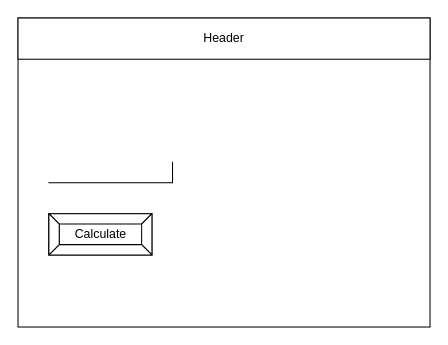
Before: design/story-board.drawio in sam-corbett/ICS2O-Unit6-03-JS, a draw.io diagram. Source tidied: cells renumbered, new cells numbered last; positions are measured from the earlier drawing's top-left corner, leaving out a move shared by most shapes. Both pictures are drawn from the tidied source at 103%, with x=0, y=0 at pixel (18, 18).
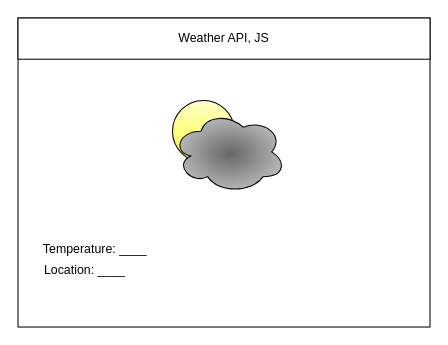
After the change.

The edit, as a diff of the source:
```diff
@@
 <mxGraphModel>
   <root>
     <mxCell id="0" />
     <mxCell id="1" parent="0" />
     <mxCell id="2" style="rounded=0;whiteSpace=wrap;html=1;" parent="1" vertex="1">
       <mxGeometry width="400" height="300" as="geometry" />
     </mxCell>
-    <mxCell id="3" value="Header" style="rounded=0;whiteSpace=wrap;html=1;" parent="1" vertex="1">
+    <mxCell id="3" value="Weather API, JS" style="rounded=0;whiteSpace=wrap;html=1;" parent="1" vertex="1">
       <mxGeometry width="400" height="40" as="geometry" />
     </mxCell>
-    <mxCell id="4" style="shape=partialRectangle;whiteSpace=wrap;html=1;top=0;left=0;fillColor=none;" parent="1" vertex="1">
-      <mxGeometry x="30" y="140" width="120" height="20" as="geometry" />
-    </mxCell>
+    <mxCell id="6" style="ellipse;whiteSpace=wrap;html=1;fillColor=#FFFFCC;gradientColor=#FFFF33;" parent="1" vertex="1">
+      <mxGeometry x="150" y="80" width="60" height="60" as="geometry" />
+    </mxCell>
-    <mxCell id="5" value="Calculate" style="labelPosition=center;verticalLabelPosition=middle;align=center;html=1;shape=mxgraph.basic.button;dx=10;" parent="1" vertex="1">
-      <mxGeometry x="30" y="190" width="100" height="40" as="geometry" />
+    <mxCell id="5" style="ellipse;shape=cloud;whiteSpace=wrap;html=1;gradientColor=#B3B3B3;gradientDirection=radial;fillColor=#666666;" parent="1" vertex="1">
+      <mxGeometry x="150" y="90" width="110" height="80" as="geometry" />
     </mxCell>
+    <mxCell id="7" value="Temperature: ____" style="text;html=1;strokeColor=none;fillColor=none;align=center;verticalAlign=middle;whiteSpace=wrap;rounded=0;" parent="1" vertex="1">
+      <mxGeometry x="20" y="210" width="110" height="30" as="geometry" />
+    </mxCell>
+    <mxCell id="8" value="Location: ____" style="text;html=1;strokeColor=none;fillColor=none;align=center;verticalAlign=middle;whiteSpace=wrap;rounded=0;" parent="1" vertex="1">
+      <mxGeometry x="10" y="230" width="110" height="30" as="geometry" />
+    </mxCell>
   </root>
 </mxGraphModel>
```
